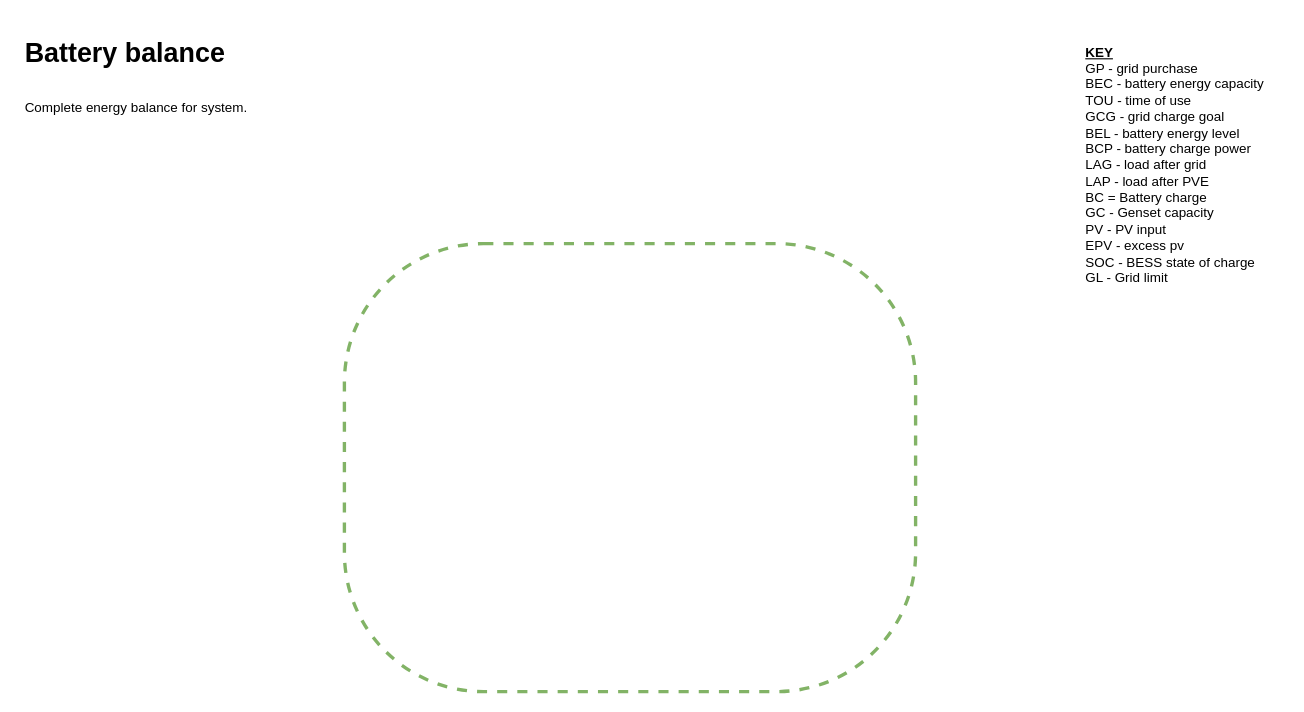
Before: page "energyBalance" (5 of 6) of offGridSimulator.drawio in hanbu62/diagrams, a draw.io diagram. Source tidied: cells renumbered, new cells numbered last; positions are measured from the earlier drawing's top-left corner, leaving out a move shared by most shapes. Both pictures are drawn from the tidied source at 112%, with x=0, y=0 at pixel (19, 30).
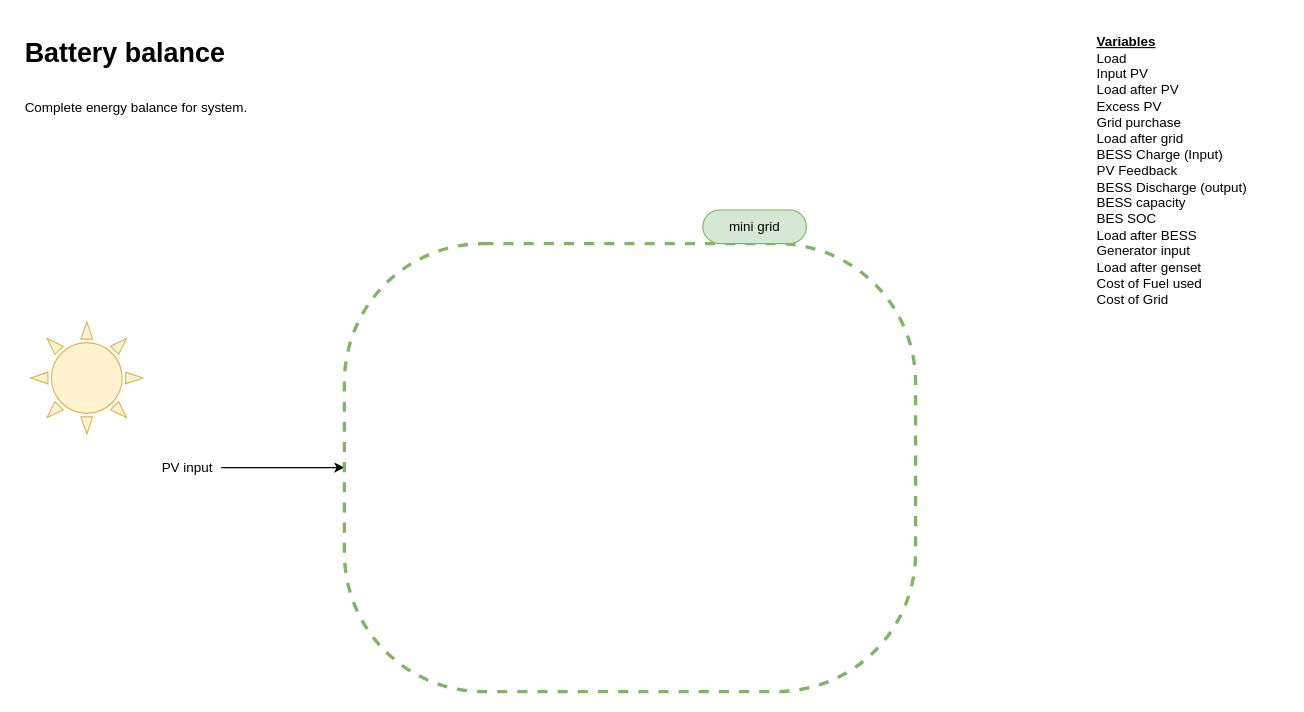
Above is the later version.

Diff of the diagram source:
```diff
@@
 <mxGraphModel>
   <root>
     <mxCell id="0" />
     <mxCell id="1" parent="0" />
+    <mxCell id="5" style="edgeStyle=orthogonalEdgeStyle;rounded=0;jettySize=auto;html=1;exitX=0;exitY=0.5;exitDx=0;exitDy=0;endArrow=none;endFill=0;startArrow=classic;startFill=1;entryX=1;entryY=0.5;entryDx=0;entryDy=0;" parent="1" edge="1" source="2" target="7">
+      <mxGeometry relative="1" as="geometry" />
+    </mxCell>
     <mxCell id="2" style="rounded=1;whiteSpace=wrap;html=1;dashed=1;fillColor=none;arcSize=31;strokeColor=#82b366;strokeWidth=3;" parent="1" vertex="1">
       <mxGeometry x="290" y="190" width="510" height="400" as="geometry" />
     </mxCell>
     <mxCell id="3" value="&lt;h1&gt;&lt;span style=&quot;background-color: initial;&quot;&gt;Battery balance&amp;nbsp;&lt;/span&gt;&lt;/h1&gt;&lt;h1&gt;&lt;span style=&quot;font-size: 12px; font-weight: 400;&quot;&gt;Complete energy balance for system.&amp;nbsp;&lt;/span&gt;&lt;/h1&gt;" style="text;html=1;strokeColor=none;fillColor=none;spacing=5;spacingTop=-20;whiteSpace=wrap;overflow=hidden;rounded=0;" parent="1" vertex="1">
       <mxGeometry width="230" height="80" as="geometry" />
     </mxCell>
-    <mxCell id="4" value="&lt;b&gt;&lt;u&gt;KEY&lt;/u&gt;&lt;/b&gt;&lt;br&gt;GP - grid purchase&lt;br&gt;BEC - battery energy capacity&lt;br&gt;TOU - time of use&lt;br&gt;GCG - grid charge goal&lt;br&gt;BEL - battery energy level&amp;nbsp;&lt;br&gt;BCP - battery charge power&lt;br&gt;LAG - load after grid&lt;br&gt;LAP - load after PVE&lt;br&gt;BC = Battery charge&lt;br&gt;GC - Genset capacity&lt;br&gt;PV - PV input&lt;br&gt;EPV - excess pv&lt;br&gt;SOC - BESS state of charge&amp;nbsp;&lt;br&gt;GL - Grid limit&lt;br&gt;" style="text;html=1;align=left;verticalAlign=middle;strokeColor=none;fillColor=none;rounded=0;" parent="1" vertex="1">
-      <mxGeometry x="950" y="5" width="180" height="230" as="geometry" />
-    </mxCell>
+    <mxCell id="6" style="verticalLabelPosition=bottom;verticalAlign=top;html=1;shape=mxgraph.basic.sun;fillColor=#fff2cc;strokeColor=#d6b656;" parent="1" vertex="1">
+      <mxGeometry x="10" y="260" width="100" height="100" as="geometry" />
+    </mxCell>
+    <mxCell id="7" value="PV input" style="text;html=1;strokeColor=none;fillColor=none;align=center;verticalAlign=middle;whiteSpace=wrap;rounded=0;" parent="1" vertex="1">
+      <mxGeometry x="120" y="375" width="60" height="30" as="geometry" />
+    </mxCell>
+    <mxCell id="8" value="mini grid" style="text;html=1;strokeColor=#82b366;fillColor=#d5e8d4;align=center;verticalAlign=middle;whiteSpace=wrap;rounded=1;arcSize=50;" parent="1" vertex="1">
+      <mxGeometry x="610" y="160" width="92.5" height="30" as="geometry" />
+    </mxCell>
+    <mxCell id="9" value="&lt;div style=&quot;&quot;&gt;&lt;span style=&quot;background-color: initial;&quot;&gt;&lt;b&gt;&lt;u&gt;Variables&lt;/u&gt;&lt;/b&gt;&lt;/span&gt;&lt;/div&gt;&lt;div style=&quot;&quot;&gt;&lt;span style=&quot;background-color: initial;&quot;&gt;Load&lt;/span&gt;&lt;br&gt;&lt;/div&gt;&lt;div&gt;Input PV&lt;/div&gt;&lt;div&gt;Load after PV&lt;/div&gt;&lt;div&gt;Excess PV&lt;/div&gt;&lt;div&gt;Grid purchase&lt;/div&gt;&lt;div&gt;Load after grid&lt;/div&gt;&lt;div&gt;BESS Charge (Input)&lt;/div&gt;&lt;div&gt;PV Feedback&lt;/div&gt;&lt;div&gt;BESS Discharge (output)&lt;/div&gt;&lt;div&gt;BESS capacity&lt;/div&gt;&lt;div&gt;BES SOC&lt;/div&gt;&lt;div&gt;Load after BESS&lt;/div&gt;&lt;div&gt;Generator input&lt;/div&gt;&lt;div&gt;Load after genset&lt;/div&gt;&lt;div&gt;Cost of Fuel used&lt;/div&gt;&lt;div&gt;Cost of Grid&amp;nbsp;&lt;/div&gt;" style="text;html=1;strokeColor=none;fillColor=none;align=left;verticalAlign=middle;whiteSpace=wrap;rounded=0;" parent="1" vertex="1">
+      <mxGeometry x="960" width="170" height="250" as="geometry" />
+    </mxCell>
+    <mxCell id="10" style="edgeStyle=orthogonalEdgeStyle;rounded=0;orthogonalLoop=1;jettySize=auto;html=1;exitX=0.5;exitY=1;exitDx=0;exitDy=0;startArrow=classic;startFill=1;endArrow=none;endFill=0;" parent="1" edge="1" source="9" target="9">
+      <mxGeometry relative="1" as="geometry" />
+    </mxCell>
   </root>
 </mxGraphModel>
```
